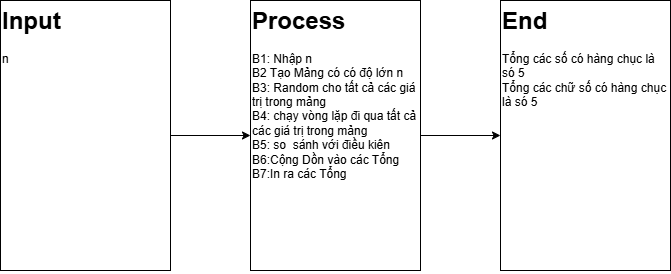
dogdogee/CodeZuni keeps this draw.io diagram as FindFiveInDozens.IPO.png. Above is the earlier version. Source tidied: cells renumbered, new cells last; positions are measured from the earlier drawing's top-left corner, leaving out a move shared by most shapes. Source of this version:
```xml
<mxGraphModel>
  <root>
    <mxCell id="0" />
    <mxCell id="1" parent="0" />
    <mxCell id="2" style="edgeStyle=orthogonalEdgeStyle;rounded=0;jettySize=auto;html=1;" parent="1" edge="1" source="3" target="5">
      <mxGeometry relative="1" as="geometry" />
    </mxCell>
    <mxCell id="3" style="rounded=0;whiteSpace=wrap;html=1;" parent="1" vertex="1">
      <mxGeometry width="170" height="270" as="geometry" />
    </mxCell>
    <mxCell id="4" style="edgeStyle=orthogonalEdgeStyle;rounded=0;jettySize=auto;html=1;" parent="1" edge="1" source="5" target="6">
      <mxGeometry relative="1" as="geometry" />
    </mxCell>
    <mxCell id="5" style="rounded=0;whiteSpace=wrap;html=1;" parent="1" vertex="1">
      <mxGeometry x="250" width="170" height="270" as="geometry" />
    </mxCell>
    <mxCell id="6" style="rounded=0;whiteSpace=wrap;html=1;" parent="1" vertex="1">
      <mxGeometry x="500" width="170" height="270" as="geometry" />
    </mxCell>
    <mxCell id="7" value="&lt;h1 style=&quot;margin-top: 0px;&quot;&gt;Input&lt;/h1&gt;&lt;div&gt;n&lt;/div&gt;" style="text;html=1;whiteSpace=wrap;overflow=hidden;rounded=0;" parent="1" vertex="1">
      <mxGeometry width="170" height="270" as="geometry" />
    </mxCell>
    <mxCell id="8" value="&lt;h1 style=&quot;margin-top: 0px;&quot;&gt;Process&lt;/h1&gt;&lt;div&gt;B1: Nhập n&lt;/div&gt;&lt;div&gt;B2 Tạo Mảng có có độ lớn n&lt;/div&gt;&lt;div&gt;B3: Random cho tất cả các giá trị trong mảng&lt;/div&gt;&lt;div&gt;B4: chạy vòng lặp đi qua tất cả các giá trị trong mảng&lt;/div&gt;&lt;div&gt;B5: so&amp;nbsp; sánh với điều kiên&lt;/div&gt;&lt;div&gt;B6:Cộng Dồn vào các Tổng&lt;/div&gt;&lt;div&gt;B7:In ra các Tổng&lt;/div&gt;&lt;div&gt;&lt;br&gt;&lt;/div&gt;&lt;div&gt;&lt;br&gt;&lt;/div&gt;" style="text;html=1;whiteSpace=wrap;overflow=hidden;rounded=0;" parent="1" vertex="1">
      <mxGeometry x="250" width="170" height="270" as="geometry" />
    </mxCell>
    <mxCell id="9" value="&lt;h1 style=&quot;margin-top: 0px;&quot;&gt;End&lt;/h1&gt;&lt;div&gt;Tổng các số có hàng chục là só 5&lt;/div&gt;&lt;div&gt;Tổng các chữ số có hàng chục là só 5&lt;br&gt;&lt;/div&gt;&lt;div&gt;&lt;br&gt;&lt;/div&gt;" style="text;html=1;whiteSpace=wrap;overflow=hidden;rounded=0;" parent="1" vertex="1">
      <mxGeometry x="500" width="170" height="270" as="geometry" />
    </mxCell>
  </root>
</mxGraphModel>
```
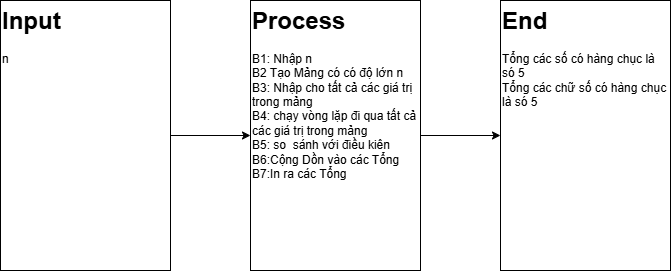
Above is the later version.

Change to the diagram source:
```diff
@@ -20,7 +20,7 @@
     <mxCell id="7" value="&lt;h1 style=&quot;margin-top: 0px;&quot;&gt;Input&lt;/h1&gt;&lt;div&gt;n&lt;/div&gt;" style="text;html=1;whiteSpace=wrap;overflow=hidden;rounded=0;" parent="1" vertex="1">
       <mxGeometry width="170" height="270" as="geometry" />
     </mxCell>
-    <mxCell id="8" value="&lt;h1 style=&quot;margin-top: 0px;&quot;&gt;Process&lt;/h1&gt;&lt;div&gt;B1: Nhập n&lt;/div&gt;&lt;div&gt;B2 Tạo Mảng có có độ lớn n&lt;/div&gt;&lt;div&gt;B3: Random cho tất cả các giá trị trong mảng&lt;/div&gt;&lt;div&gt;B4: chạy vòng lặp đi qua tất cả các giá trị trong mảng&lt;/div&gt;&lt;div&gt;B5: so&amp;nbsp; sánh với điều kiên&lt;/div&gt;&lt;div&gt;B6:Cộng Dồn vào các Tổng&lt;/div&gt;&lt;div&gt;B7:In ra các Tổng&lt;/div&gt;&lt;div&gt;&lt;br&gt;&lt;/div&gt;&lt;div&gt;&lt;br&gt;&lt;/div&gt;" style="text;html=1;whiteSpace=wrap;overflow=hidden;rounded=0;" parent="1" vertex="1">
+    <mxCell id="8" value="&lt;h1 style=&quot;margin-top: 0px;&quot;&gt;Process&lt;/h1&gt;&lt;div&gt;B1: Nhập n&lt;/div&gt;&lt;div&gt;B2 Tạo Mảng có có độ lớn n&lt;/div&gt;&lt;div&gt;B3: Nhập cho tất cả các giá trị trong mảng&lt;/div&gt;&lt;div&gt;B4: chạy vòng lặp đi qua tất cả các giá trị trong mảng&lt;/div&gt;&lt;div&gt;B5: so&amp;nbsp; sánh với điều kiên&lt;/div&gt;&lt;div&gt;B6:Cộng Dồn vào các Tổng&lt;/div&gt;&lt;div&gt;B7:In ra các Tổng&lt;/div&gt;&lt;div&gt;&lt;br&gt;&lt;/div&gt;&lt;div&gt;&lt;br&gt;&lt;/div&gt;" style="text;html=1;whiteSpace=wrap;overflow=hidden;rounded=0;" parent="1" vertex="1">
       <mxGeometry x="250" width="170" height="270" as="geometry" />
     </mxCell>
     <mxCell id="9" value="&lt;h1 style=&quot;margin-top: 0px;&quot;&gt;End&lt;/h1&gt;&lt;div&gt;Tổng các số có hàng chục là só 5&lt;/div&gt;&lt;div&gt;Tổng các chữ số có hàng chục là só 5&lt;br&gt;&lt;/div&gt;&lt;div&gt;&lt;br&gt;&lt;/div&gt;" style="text;html=1;whiteSpace=wrap;overflow=hidden;rounded=0;" parent="1" vertex="1">
```
